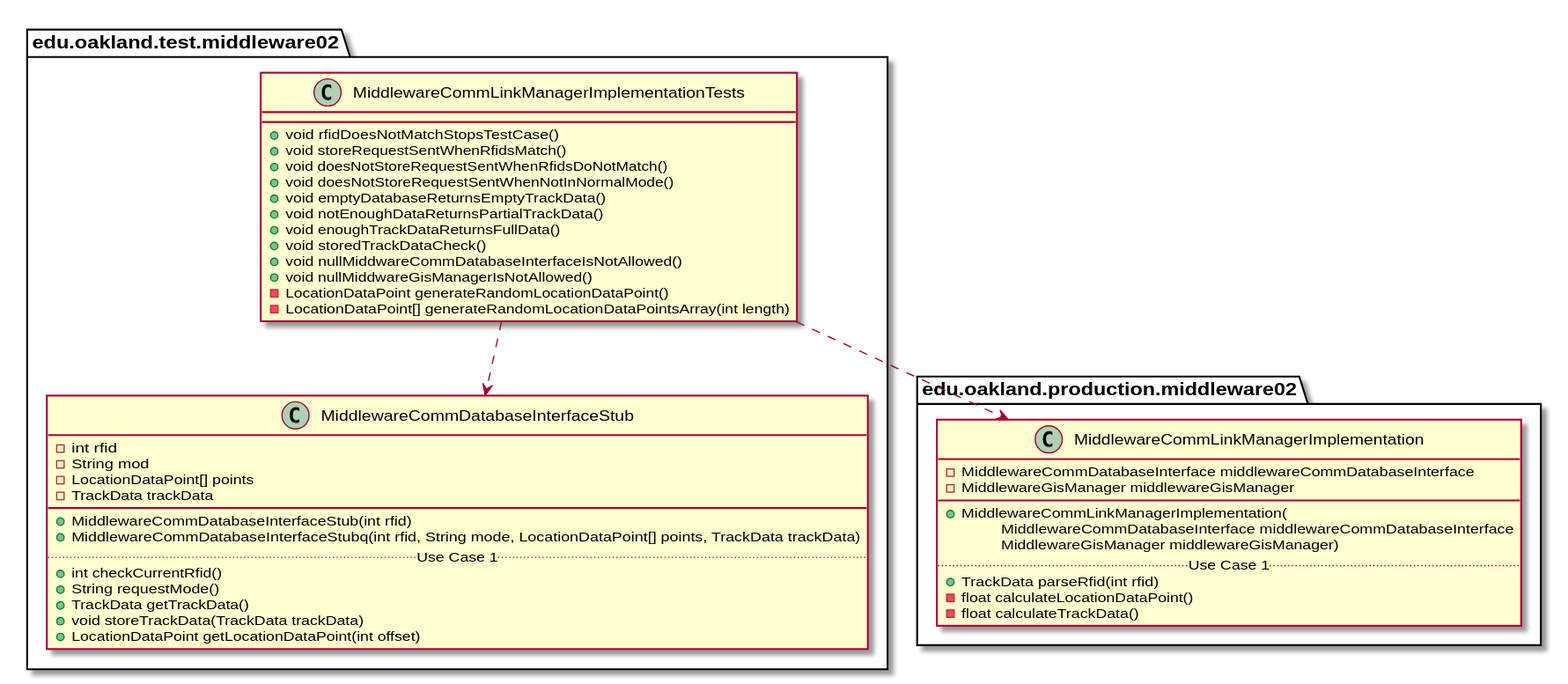
Earlier version of the PlantUML export docs/uml-class-diagrams/middleware02/test/MiddlewareCommLinkManagerImplementationTests/MiddlewareCommLinkManagerImplementationTests_DirectDependencies.svg (andrewdimmer/csi-3370-software-project).
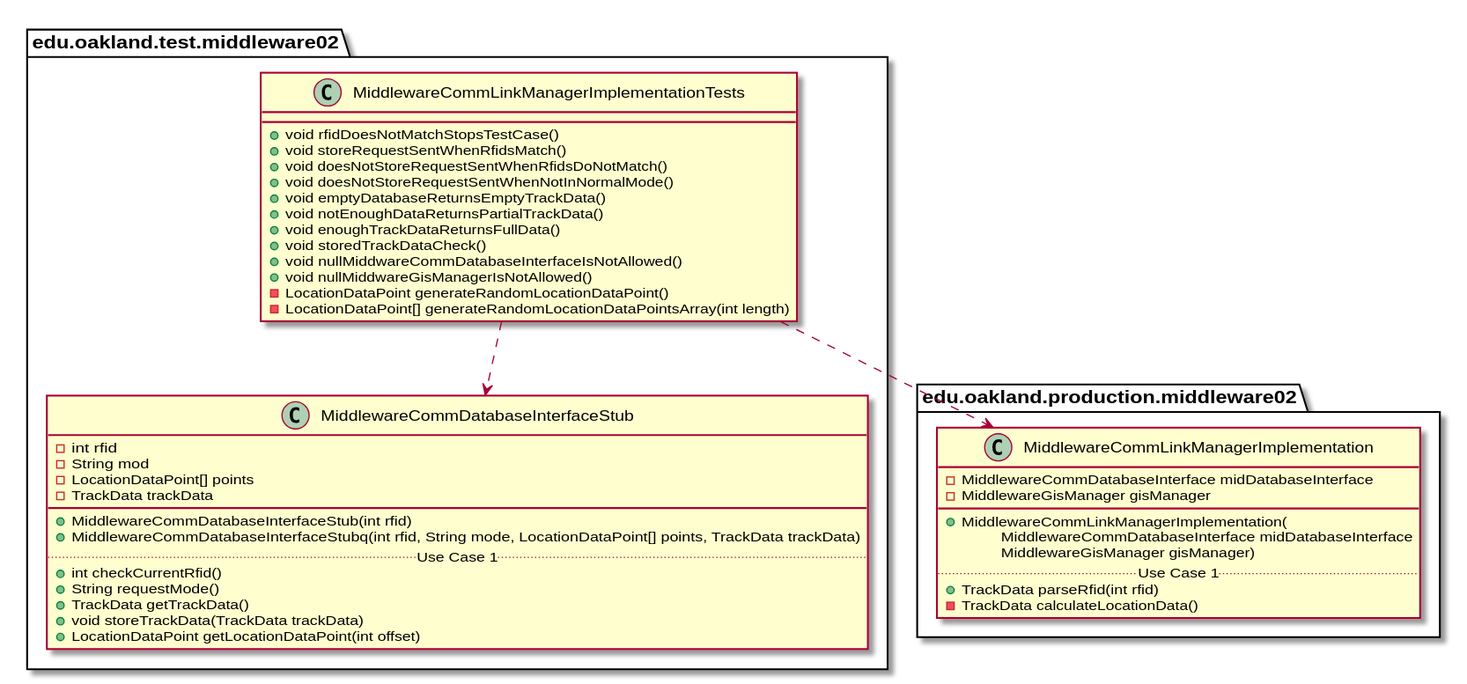
The same file after the commit.

Diff of the diagram source:
```diff
@@ -43,16 +43,15 @@
 
 package edu.oakland.production.middleware02 {
     class MiddlewareCommLinkManagerImplementation {
-        - MiddlewareCommDatabaseInterface middlewareCommDatabaseInterface
-        - MiddlewareGisManager middlewareGisManager
+        - MiddlewareCommDatabaseInterface midDatabaseInterface
+        - MiddlewareGisManager gisManager
         __
         + MiddlewareCommLinkManagerImplementation(
-        \tMiddlewareCommDatabaseInterface middlewareCommDatabaseInterface
-        \tMiddlewareGisManager middlewareGisManager)
+        \tMiddlewareCommDatabaseInterface midDatabaseInterface
+        \tMiddlewareGisManager gisManager)
         .. Use Case 1 ..
         + TrackData parseRfid(int rfid)
-        - float calculateLocationDataPoint()
-        - float calculateTrackData()
+        - TrackData calculateLocationData()
     }
 }
 
```
